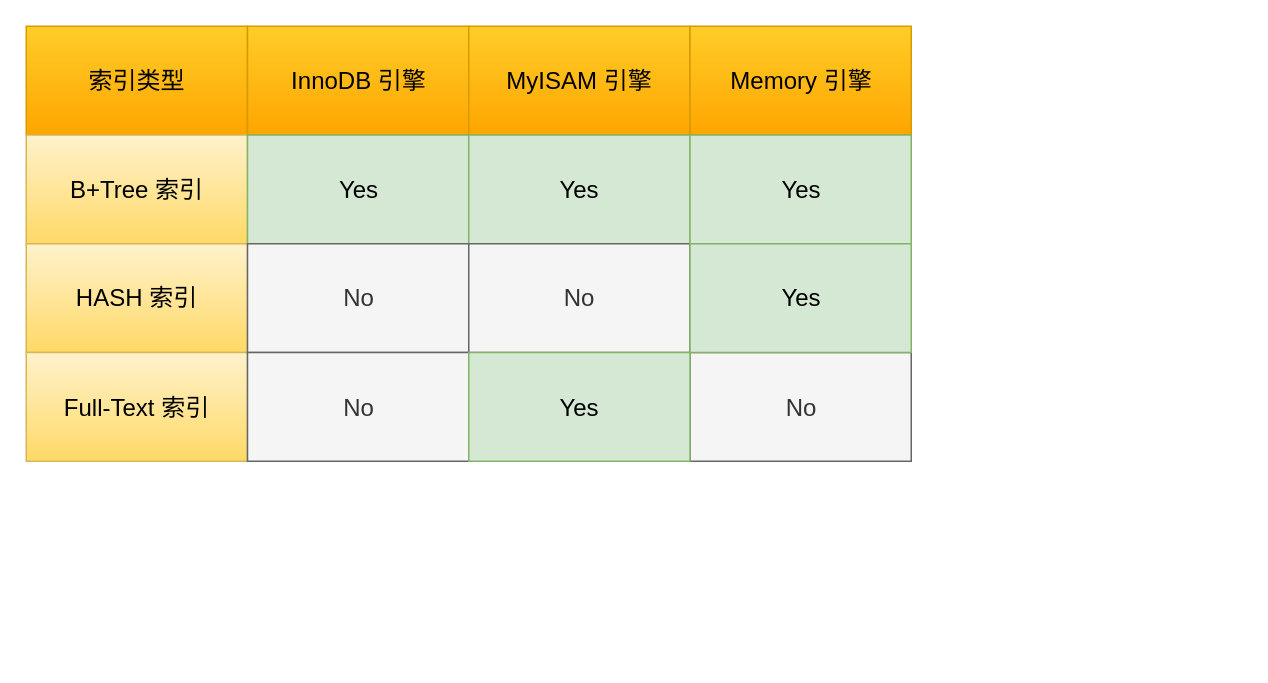
xiaolincoder/ImageHost4 keeps this draw.io diagram as mysql/索引/索引分类.drawio. Above is the earlier version. Source tidied: cells renumbered, new cells numbered last; positions are measured from the earlier drawing's top-left corner, leaving out a move shared by most shapes. Both pictures are drawn from the tidied source at 150%, with x=0, y=0 at pixel (26, 26).
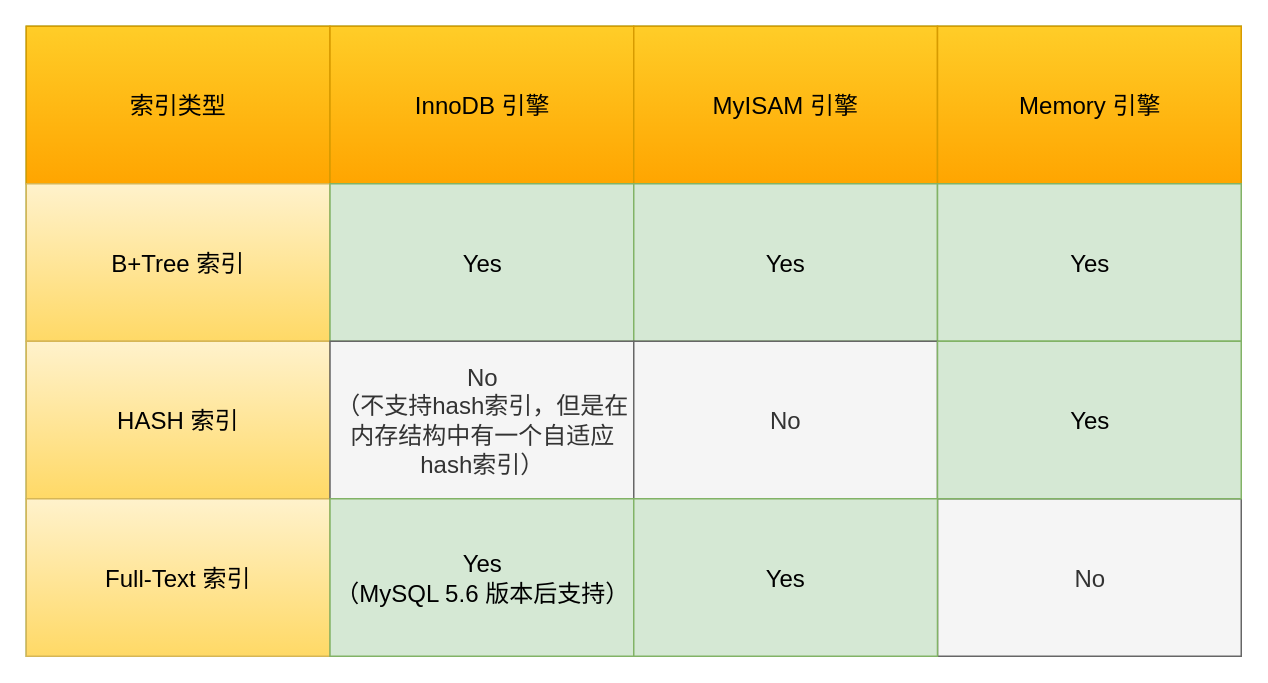
After the change.

Change to the diagram source:
```diff
@@
 <mxGraphModel>
   <root>
     <mxCell id="0" />
     <mxCell id="1" parent="0" />
+    <mxCell id="19" style="group;" parent="1" vertex="1">
+      <mxGeometry width="810" height="420" as="geometry" />
+    </mxCell>
-    <mxCell id="2" style="group;fontSize=16;" parent="1" vertex="1">
-      <mxGeometry width="590" height="290" as="geometry" />
+    <mxCell id="2" style="group;fontSize=16;fillColor=#d5e8d4;strokeColor=#82b366;" parent="19" vertex="1">
+      <mxGeometry width="810" height="420" as="geometry" />
     </mxCell>
-    <mxCell id="3" value="索引类型" style="rounded=0;whiteSpace=wrap;html=1;fillColor=#ffcd28;gradientColor=#ffa500;strokeColor=#d79b00;fontSize=16;" parent="2" vertex="1">
-      <mxGeometry width="147.5" height="72.5" as="geometry" />
+    <mxCell id="3" value="索引类型" style="rounded=0;whiteSpace=wrap;html=1;fillColor=#ffcd28;gradientColor=#ffa500;strokeColor=#d79b00;fontSize=16;" parent="19" vertex="1">
+      <mxGeometry width="202.5" height="105" as="geometry" />
     </mxCell>
-    <mxCell id="4" value="InnoDB 引擎" style="rounded=0;whiteSpace=wrap;html=1;fillColor=#ffcd28;gradientColor=#ffa500;strokeColor=#d79b00;fontSize=16;" parent="2" vertex="1">
-      <mxGeometry x="147.5" width="147.5" height="72.5" as="geometry" />
+    <mxCell id="4" value="InnoDB 引擎" style="rounded=0;whiteSpace=wrap;html=1;fillColor=#ffcd28;gradientColor=#ffa500;strokeColor=#d79b00;fontSize=16;" parent="19" vertex="1">
+      <mxGeometry x="202.5" width="202.5" height="105" as="geometry" />
     </mxCell>
-    <mxCell id="5" value="MyISAM 引擎" style="rounded=0;whiteSpace=wrap;html=1;fillColor=#ffcd28;gradientColor=#ffa500;strokeColor=#d79b00;fontSize=16;" parent="2" vertex="1">
-      <mxGeometry x="295" width="147.5" height="72.5" as="geometry" />
+    <mxCell id="5" value="MyISAM 引擎" style="rounded=0;whiteSpace=wrap;html=1;fillColor=#ffcd28;gradientColor=#ffa500;strokeColor=#d79b00;fontSize=16;" parent="19" vertex="1">
+      <mxGeometry x="405" width="202.5" height="105" as="geometry" />
     </mxCell>
-    <mxCell id="6" value="Memory 引擎" style="rounded=0;whiteSpace=wrap;html=1;fillColor=#ffcd28;gradientColor=#ffa500;strokeColor=#d79b00;fontSize=16;" parent="2" vertex="1">
-      <mxGeometry x="442.5" width="147.5" height="72.5" as="geometry" />
+    <mxCell id="6" value="Memory 引擎" style="rounded=0;whiteSpace=wrap;html=1;fillColor=#ffcd28;gradientColor=#ffa500;strokeColor=#d79b00;fontSize=16;" parent="19" vertex="1">
+      <mxGeometry x="607.5" width="202.5" height="105" as="geometry" />
     </mxCell>
-    <mxCell id="7" value="B+Tree 索引" style="rounded=0;whiteSpace=wrap;html=1;fillColor=#fff2cc;gradientColor=#ffd966;strokeColor=#d6b656;fontSize=16;" parent="2" vertex="1">
-      <mxGeometry y="72.5" width="147.5" height="72.5" as="geometry" />
+    <mxCell id="7" value="B+Tree 索引" style="rounded=0;whiteSpace=wrap;html=1;fillColor=#fff2cc;gradientColor=#ffd966;strokeColor=#d6b656;fontSize=16;" parent="19" vertex="1">
+      <mxGeometry y="105" width="202.5" height="105" as="geometry" />
     </mxCell>
-    <mxCell id="8" value="HASH 索引" style="rounded=0;whiteSpace=wrap;html=1;fillColor=#fff2cc;gradientColor=#ffd966;strokeColor=#d6b656;fontSize=16;" parent="2" vertex="1">
-      <mxGeometry y="145" width="147.5" height="72.5" as="geometry" />
+    <mxCell id="8" value="HASH 索引" style="rounded=0;whiteSpace=wrap;html=1;fillColor=#fff2cc;gradientColor=#ffd966;strokeColor=#d6b656;fontSize=16;" parent="19" vertex="1">
+      <mxGeometry y="210" width="202.5" height="105" as="geometry" />
     </mxCell>
-    <mxCell id="9" value="Full-Text 索引" style="rounded=0;whiteSpace=wrap;html=1;fillColor=#fff2cc;gradientColor=#ffd966;strokeColor=#d6b656;fontSize=16;" parent="2" vertex="1">
-      <mxGeometry y="217.5" width="147.5" height="72.5" as="geometry" />
+    <mxCell id="9" value="Full-Text 索引" style="rounded=0;whiteSpace=wrap;html=1;fillColor=#fff2cc;gradientColor=#ffd966;strokeColor=#d6b656;fontSize=16;" parent="19" vertex="1">
+      <mxGeometry y="315" width="202.5" height="105" as="geometry" />
     </mxCell>
-    <mxCell id="10" value="Yes" style="rounded=0;whiteSpace=wrap;html=1;fillColor=#d5e8d4;strokeColor=#82b366;fontSize=16;" parent="2" vertex="1">
-      <mxGeometry x="147.5" y="72.5" width="147.5" height="72.5" as="geometry" />
+    <mxCell id="10" value="Yes" style="rounded=0;whiteSpace=wrap;html=1;fillColor=#d5e8d4;strokeColor=#82b366;fontSize=16;" parent="19" vertex="1">
+      <mxGeometry x="202.5" y="105" width="202.5" height="105" as="geometry" />
     </mxCell>
-    <mxCell id="11" value="Yes" style="rounded=0;whiteSpace=wrap;html=1;fillColor=#d5e8d4;strokeColor=#82b366;fontSize=16;" parent="2" vertex="1">
-      <mxGeometry x="295" y="72.5" width="147.5" height="72.5" as="geometry" />
+    <mxCell id="11" value="Yes" style="rounded=0;whiteSpace=wrap;html=1;fillColor=#d5e8d4;strokeColor=#82b366;fontSize=16;" parent="19" vertex="1">
+      <mxGeometry x="405" y="105" width="202.5" height="105" as="geometry" />
     </mxCell>
-    <mxCell id="12" value="Yes" style="rounded=0;whiteSpace=wrap;html=1;fillColor=#d5e8d4;strokeColor=#82b366;fontSize=16;" parent="2" vertex="1">
-      <mxGeometry x="442.5" y="72.5" width="147.5" height="72.5" as="geometry" />
+    <mxCell id="12" value="Yes" style="rounded=0;whiteSpace=wrap;html=1;fillColor=#d5e8d4;strokeColor=#82b366;fontSize=16;" parent="19" vertex="1">
+      <mxGeometry x="607.5" y="105" width="202.5" height="105" as="geometry" />
     </mxCell>
-    <mxCell id="13" value="No" style="rounded=0;whiteSpace=wrap;html=1;fillColor=#f5f5f5;fontColor=#333333;strokeColor=#666666;fontSize=16;" parent="2" vertex="1">
-      <mxGeometry x="147.5" y="145" width="147.5" height="72.5" as="geometry" />
+    <mxCell id="13" value="No&lt;br&gt;（不支持hash索引，但是在内存结构中有一个自适应hash索引）" style="rounded=0;whiteSpace=wrap;html=1;fillColor=#f5f5f5;fontColor=#333333;strokeColor=#666666;fontSize=16;" parent="19" vertex="1">
+      <mxGeometry x="202.5" y="210" width="202.5" height="105" as="geometry" />
     </mxCell>
-    <mxCell id="14" value="No" style="rounded=0;whiteSpace=wrap;html=1;fillColor=#f5f5f5;fontColor=#333333;strokeColor=#666666;fontSize=16;" parent="2" vertex="1">
-      <mxGeometry x="147.5" y="217.5" width="147.5" height="72.5" as="geometry" />
+    <mxCell id="14" value="&lt;span style=&quot;color: rgb(0, 0, 0);&quot;&gt;Yes&lt;br&gt;（MySQL 5.6 版本后支持）&lt;/span&gt;" style="rounded=0;whiteSpace=wrap;html=1;fillColor=#d5e8d4;strokeColor=#82b366;fontSize=16;" parent="19" vertex="1">
+      <mxGeometry x="202.5" y="315" width="202.5" height="105" as="geometry" />
     </mxCell>
-    <mxCell id="15" value="No" style="rounded=0;whiteSpace=wrap;html=1;fillColor=#f5f5f5;fontColor=#333333;strokeColor=#666666;fontSize=16;" parent="2" vertex="1">
-      <mxGeometry x="295" y="145" width="147.5" height="72.5" as="geometry" />
+    <mxCell id="15" value="No" style="rounded=0;whiteSpace=wrap;html=1;fillColor=#f5f5f5;fontColor=#333333;strokeColor=#666666;fontSize=16;" parent="19" vertex="1">
+      <mxGeometry x="405" y="210" width="202.5" height="105" as="geometry" />
     </mxCell>
-    <mxCell id="16" value="No" style="rounded=0;whiteSpace=wrap;html=1;fillColor=#f5f5f5;fontColor=#333333;strokeColor=#666666;fontSize=16;" parent="2" vertex="1">
-      <mxGeometry x="442.5" y="217.5" width="147.5" height="72.5" as="geometry" />
+    <mxCell id="16" value="No" style="rounded=0;whiteSpace=wrap;html=1;fillColor=#f5f5f5;fontColor=#333333;strokeColor=#666666;fontSize=16;" parent="19" vertex="1">
+      <mxGeometry x="607.5" y="315" width="202.5" height="105" as="geometry" />
     </mxCell>
-    <mxCell id="17" value="Yes" style="rounded=0;whiteSpace=wrap;html=1;fillColor=#d5e8d4;strokeColor=#82b366;fontSize=16;" parent="2" vertex="1">
-      <mxGeometry x="442.5" y="145" width="147.5" height="72.5" as="geometry" />
+    <mxCell id="17" value="Yes" style="rounded=0;whiteSpace=wrap;html=1;fillColor=#d5e8d4;strokeColor=#82b366;fontSize=16;" parent="19" vertex="1">
+      <mxGeometry x="607.5" y="210" width="202.5" height="105" as="geometry" />
     </mxCell>
-    <mxCell id="18" value="Yes" style="rounded=0;whiteSpace=wrap;html=1;fillColor=#d5e8d4;strokeColor=#82b366;fontSize=16;" parent="2" vertex="1">
-      <mxGeometry x="295" y="217.5" width="147.5" height="72.5" as="geometry" />
+    <mxCell id="18" value="Yes" style="rounded=0;whiteSpace=wrap;html=1;fillColor=#d5e8d4;strokeColor=#82b366;fontSize=16;" parent="19" vertex="1">
+      <mxGeometry x="405" y="315" width="202.5" height="105" as="geometry" />
     </mxCell>
   </root>
 </mxGraphModel>
```
